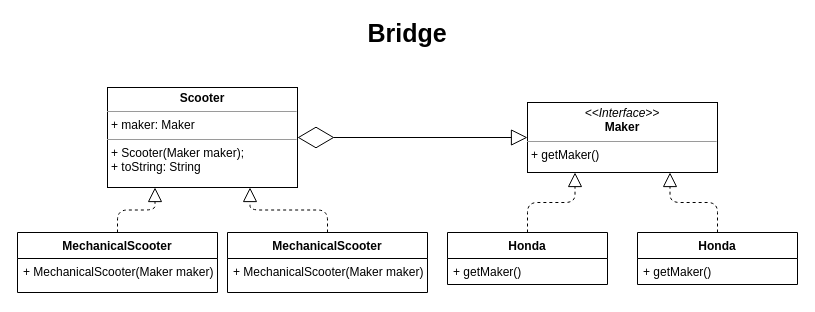
Above: page "Bridge" (2 of 7) of patterns/structural.drawio in antariuz/uml (draw.io), before the change. Source tidied: cells renumbered, new cells numbered last; positions are measured from the earlier drawing's top-left corner, leaving out a move shared by most shapes. Both pictures are drawn from the tidied source at 100%, with x=0, y=0 at pixel (17, 22).
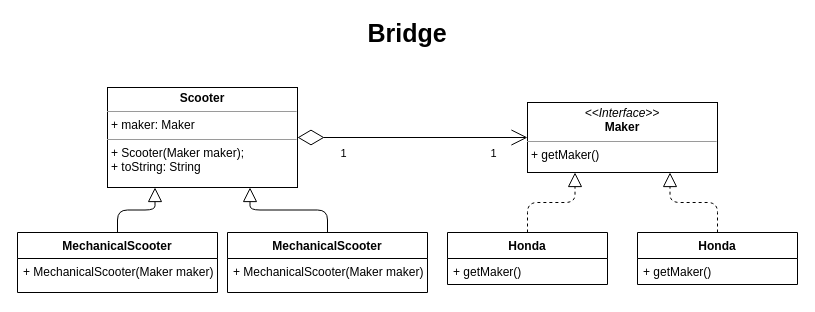
After the change.

The change refers to these unchanged cells:
```xml
<mxCell id="4" value="&lt;p style=&quot;margin: 0px ; margin-top: 4px ; text-align: center&quot;&gt;&lt;b&gt;Scooter&lt;/b&gt;&lt;/p&gt;&lt;hr size=&quot;1&quot;&gt;&lt;p style=&quot;margin: 0px ; margin-left: 4px&quot;&gt;+ maker: Maker&lt;br&gt;&lt;/p&gt;&lt;hr size=&quot;1&quot;&gt;&lt;p style=&quot;margin: 0px ; margin-left: 4px&quot;&gt;+ Scooter(Maker maker);&lt;br&gt;+ toString: String&lt;/p&gt;" style="verticalAlign=top;align=left;overflow=fill;fontSize=12;fontFamily=Helvetica;html=1;" parent="1" vertex="1">
  <mxGeometry x="90" y="65" width="190" height="100" as="geometry" />
</mxCell>
<mxCell id="5" value="&lt;p style=&quot;margin: 0px ; margin-top: 4px ; text-align: center&quot;&gt;&lt;i&gt;&amp;lt;&amp;lt;Interface&amp;gt;&amp;gt;&lt;/i&gt;&lt;br&gt;&lt;b&gt;Maker&lt;/b&gt;&lt;/p&gt;&lt;hr size=&quot;1&quot;&gt;&lt;p style=&quot;margin: 0px ; margin-left: 4px&quot;&gt;+ getMaker()&lt;br&gt;&lt;/p&gt;" style="verticalAlign=top;align=left;overflow=fill;fontSize=12;fontFamily=Helvetica;html=1;" parent="1" vertex="1">
  <mxGeometry x="510" y="80" width="190" height="70" as="geometry" />
</mxCell>
<mxCell id="14" value="MechanicalScooter" style="swimlane;fontStyle=1;align=center;verticalAlign=top;horizontal=1;startSize=26;" parent="1" vertex="1">
  <mxGeometry y="210" width="200" height="60" as="geometry" />
</mxCell>
<mxCell id="16" value="MechanicalScooter" style="swimlane;fontStyle=1;align=center;verticalAlign=top;horizontal=1;startSize=26;" parent="1" vertex="1">
  <mxGeometry x="210" y="210" width="200" height="60" as="geometry" />
</mxCell>
```

What changed in the source:
```diff
@@
-    <mxCell id="11" value="Relation" style="endArrow=block;endSize=14;startArrow=diamondThin;startSize=34;startFill=0;edgeStyle=orthogonalEdgeStyle;noLabel=1;fontColor=none;labelBackgroundColor=none;endFill=0;strokeWidth=1;entryX=0;entryY=0.5;entryDx=0;entryDy=0;exitX=1;exitY=0.5;exitDx=0;exitDy=0;jumpSize=16;" parent="1" edge="1" source="4" target="5">
+    <mxCell id="11" value="Relation" style="endArrow=open;endSize=14;startArrow=diamondThin;startSize=24;startFill=0;edgeStyle=orthogonalEdgeStyle;noLabel=1;fontColor=none;labelBackgroundColor=none;endFill=0;strokeWidth=1;entryX=0;entryY=0.5;entryDx=0;entryDy=0;exitX=1;exitY=0.5;exitDx=0;exitDy=0;jumpSize=16;" parent="1" edge="1" source="4" target="5">
       <mxGeometry relative="1" as="geometry" />
     </mxCell>
+    <mxCell id="18" value="1" style="edgeLabel;html=1;align=center;verticalAlign=middle;" parent="11" vertex="1">
+      <mxGeometry x="-0.13" y="2" relative="1" as="geometry">
+        <mxPoint x="-55" y="17" as="offset" />
+      </mxGeometry>
+    </mxCell>
+    <mxCell id="19" value="1" style="edgeLabel;html=1;align=center;verticalAlign=middle;" parent="11" vertex="1">
+      <mxGeometry x="0.28" y="-4" relative="1" as="geometry">
+        <mxPoint x="48" y="11" as="offset" />
+      </mxGeometry>
+    </mxCell>
-    <mxCell id="12" style="endArrow=block;dashed=1;endFill=0;endSize=12;html=1;entryX=0.25;entryY=1;entryDx=0;entryDy=0;exitX=0.5;exitY=0;exitDx=0;exitDy=0;edgeStyle=orthogonalEdgeStyle;" parent="1" edge="1" source="14" target="4">
+    <mxCell id="12" style="endArrow=block;endFill=0;endSize=12;html=1;entryX=0.25;entryY=1;entryDx=0;entryDy=0;exitX=0.5;exitY=0;exitDx=0;exitDy=0;edgeStyle=orthogonalEdgeStyle;" parent="1" edge="1" source="14" target="4">
       <mxGeometry relative="1" as="geometry" />
     </mxCell>
-    <mxCell id="13" style="endArrow=block;dashed=1;endFill=0;endSize=12;html=1;entryX=0.75;entryY=1;entryDx=0;entryDy=0;exitX=0.5;exitY=0;exitDx=0;exitDy=0;edgeStyle=orthogonalEdgeStyle;" parent="1" edge="1" source="16" target="4">
+    <mxCell id="13" style="endArrow=block;endFill=0;endSize=12;html=1;entryX=0.75;entryY=1;entryDx=0;entryDy=0;exitX=0.5;exitY=0;exitDx=0;exitDy=0;edgeStyle=orthogonalEdgeStyle;" parent="1" edge="1" source="16" target="4">
       <mxGeometry relative="1" as="geometry" />
     </mxCell>
```
